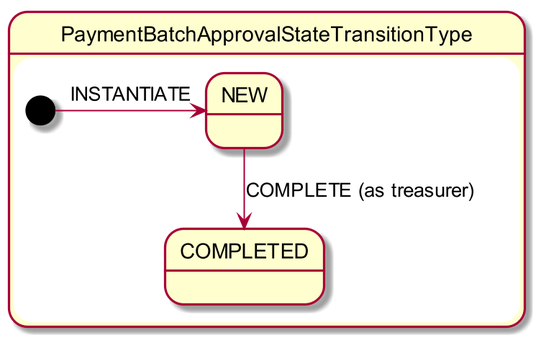
estatio/estatio keeps this PlantUML diagram as adocs/documentation/src/main/asciidoc/payment-approval-state-chart.png. Above is the earlier version.
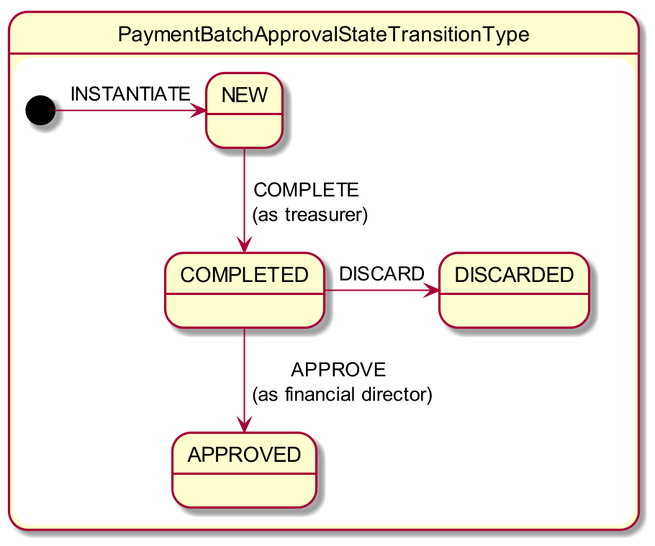
Later version of the same file.

Diff of the diagram source:
```diff
@@ -5,9 +5,13 @@
 
     state "NEW" as pa_new
     state "COMPLETED" as pa_completed
+    state "APPROVED" as pa_approved
+    state "DISCARDED" as pa_discarded
 
     [*] -right-> pa_new: INSTANTIATE
-    pa_new -down-> pa_completed: COMPLETE (as treasurer)
+    pa_new -down-> pa_completed: COMPLETE\n (as treasurer)
+    pa_completed -down-> pa_approved: APPROVE\n (as financial director)
+    pa_completed -right-> pa_discarded: DISCARD
 
 }
 @enduml
```
